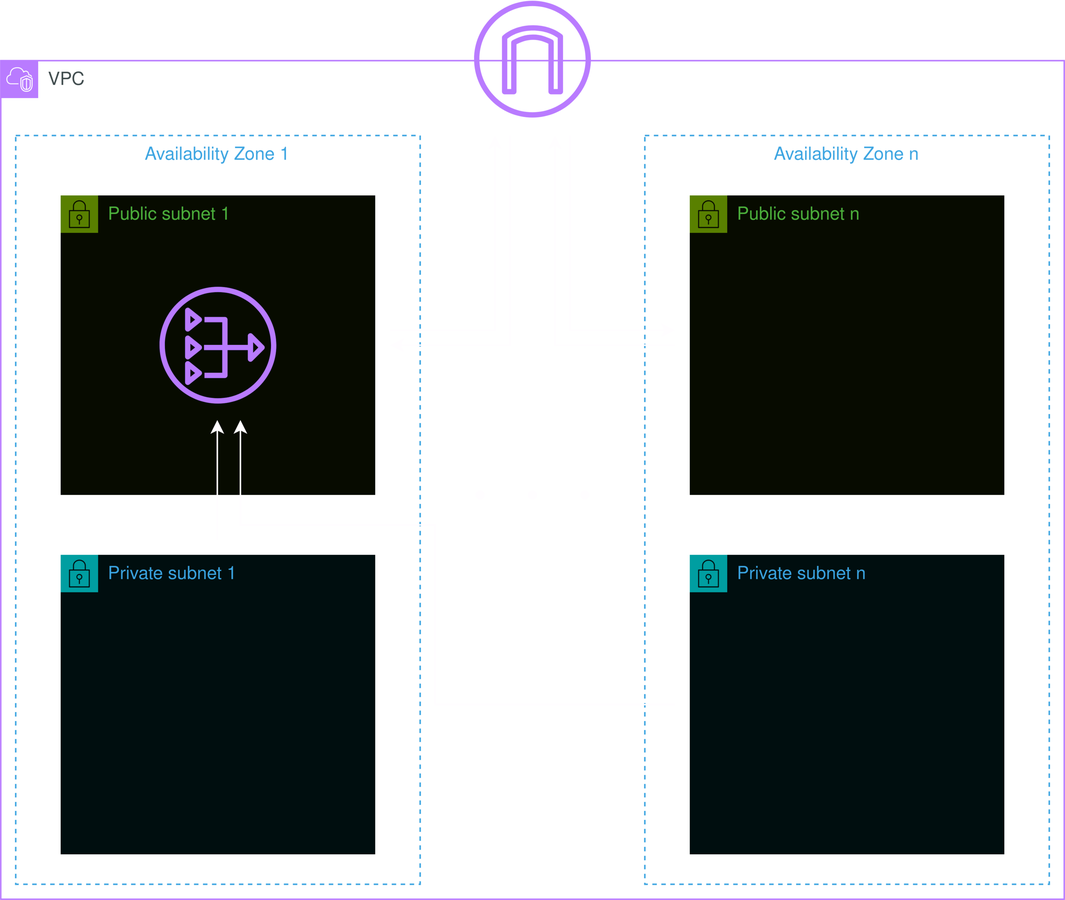
This is .github/diagrams/network-transparent.png from custom-terraform-aws-modules/network, a draw.io export, as it was before one commit. Source tidied: cells renumbered, new cells last; positions are measured from the earlier drawing's top-left corner, leaving out a move shared by most shapes. Source of this version:
```xml
<mxGraphModel>
  <root>
    <mxCell id="0" />
    <mxCell id="1" parent="0" />
    <mxCell id="2" style="group;" parent="1" vertex="1">
      <mxGeometry y="40" width="710" height="560" as="geometry" />
    </mxCell>
    <mxCell id="3" value="VPC" style="gradientColor=none;html=1;whiteSpace=wrap;fontSize=12;fontStyle=0;shape=mxgraph.aws4.group;grIcon=mxgraph.aws4.group_vpc2;strokeColor=#8C4FFF;fillColor=none;verticalAlign=top;align=left;spacingLeft=30;fontColor=#AAB7B8;dashed=0;" parent="2" vertex="1">
      <mxGeometry width="710" height="560" as="geometry" />
    </mxCell>
    <mxCell id="4" value="Availability Zone 1" style="fillColor=none;strokeColor=#147EBA;dashed=1;verticalAlign=top;fontStyle=0;fontColor=#147EBA;whiteSpace=wrap;html=1;" parent="3" vertex="1">
      <mxGeometry x="10" y="50" width="270" height="500" as="geometry" />
    </mxCell>
    <mxCell id="5" value="Public subnet 1" style="gradientColor=none;html=1;whiteSpace=wrap;fontSize=12;fontStyle=0;shape=mxgraph.aws4.group;grIcon=mxgraph.aws4.group_security_group;grStroke=0;strokeColor=#7AA116;fillColor=#F2F6E8;verticalAlign=top;align=left;spacingLeft=30;fontColor=#248814;dashed=0;" parent="3" vertex="1">
      <mxGeometry x="40" y="90" width="210" height="200" as="geometry" />
    </mxCell>
    <mxCell id="6" style="sketch=0;fontColor=#232F3E;gradientColor=none;fillColor=#8C4FFF;strokeColor=none;dashed=0;verticalLabelPosition=bottom;verticalAlign=top;align=center;html=1;fontSize=12;fontStyle=0;shape=mxgraph.aws4.nat_gateway;" parent="5" vertex="1">
      <mxGeometry x="66" y="61" width="78" height="78" as="geometry" />
    </mxCell>
    <mxCell id="7" value="Private subnet 1" style="gradientColor=none;html=1;whiteSpace=wrap;fontSize=12;fontStyle=0;shape=mxgraph.aws4.group;grIcon=mxgraph.aws4.group_security_group;grStroke=0;strokeColor=#00A4A6;fillColor=#E6F6F7;verticalAlign=top;align=left;spacingLeft=30;fontColor=#147EBA;dashed=0;" parent="3" vertex="1">
      <mxGeometry x="40" y="330" width="210" height="200" as="geometry" />
    </mxCell>
    <mxCell id="8" value="Availability Zone n" style="fillColor=none;strokeColor=#147EBA;dashed=1;verticalAlign=top;fontStyle=0;fontColor=#147EBA;whiteSpace=wrap;html=1;" parent="3" vertex="1">
      <mxGeometry x="430" y="50" width="270" height="500" as="geometry" />
    </mxCell>
    <mxCell id="9" value="Public subnet n" style="gradientColor=none;html=1;whiteSpace=wrap;fontSize=12;fontStyle=0;shape=mxgraph.aws4.group;grIcon=mxgraph.aws4.group_security_group;grStroke=0;strokeColor=#7AA116;fillColor=#F2F6E8;verticalAlign=top;align=left;spacingLeft=30;fontColor=#248814;dashed=0;" parent="3" vertex="1">
      <mxGeometry x="460" y="90" width="210" height="200" as="geometry" />
    </mxCell>
    <mxCell id="10" value="Private subnet n" style="gradientColor=none;html=1;whiteSpace=wrap;fontSize=12;fontStyle=0;shape=mxgraph.aws4.group;grIcon=mxgraph.aws4.group_security_group;grStroke=0;strokeColor=#00A4A6;fillColor=#E6F6F7;verticalAlign=top;align=left;spacingLeft=30;fontColor=#147EBA;dashed=0;" parent="3" vertex="1">
      <mxGeometry x="460" y="330" width="210" height="200" as="geometry" />
    </mxCell>
    <mxCell id="11" style="sketch=0;fontColor=#232F3E;gradientColor=none;fillColor=#8C4FFF;strokeColor=none;dashed=0;verticalLabelPosition=bottom;verticalAlign=top;align=center;html=1;fontSize=12;fontStyle=0;shape=mxgraph.aws4.internet_gateway;" parent="3" vertex="1">
      <mxGeometry x="316" y="-40" width="78" height="78" as="geometry" />
    </mxCell>
    <mxCell id="12" style="edgeStyle=orthogonalEdgeStyle;rounded=0;orthogonalLoop=1;jettySize=auto;html=1;" parent="3" edge="1">
      <mxGeometry relative="1" as="geometry">
        <mxPoint x="260" y="180" as="sourcePoint" />
        <mxPoint x="330" y="50" as="targetPoint" />
        <Array as="points">
          <mxPoint x="260" y="180" />
          <mxPoint x="330" y="180" />
        </Array>
      </mxGeometry>
    </mxCell>
    <mxCell id="13" style="edgeStyle=orthogonalEdgeStyle;rounded=0;orthogonalLoop=1;jettySize=auto;html=1;endArrow=none;endFill=0;startArrow=classic;startFill=1;" parent="3" edge="1">
      <mxGeometry relative="1" as="geometry">
        <mxPoint x="260" y="190" as="sourcePoint" />
        <mxPoint x="340" y="50" as="targetPoint" />
        <Array as="points">
          <mxPoint x="270" y="190" />
          <mxPoint x="340" y="190" />
        </Array>
      </mxGeometry>
    </mxCell>
    <mxCell id="14" style="edgeStyle=orthogonalEdgeStyle;rounded=0;orthogonalLoop=1;jettySize=auto;html=1;" parent="3" edge="1">
      <mxGeometry relative="1" as="geometry">
        <mxPoint x="144.6" y="320" as="sourcePoint" />
        <mxPoint x="144.6" y="240" as="targetPoint" />
        <Array as="points">
          <mxPoint x="144.6" y="320" />
        </Array>
      </mxGeometry>
    </mxCell>
    <mxCell id="15" style="edgeStyle=orthogonalEdgeStyle;rounded=0;orthogonalLoop=1;jettySize=auto;html=1;" parent="3" edge="1">
      <mxGeometry relative="1" as="geometry">
        <mxPoint x="450" y="430" as="sourcePoint" />
        <mxPoint x="160" y="240" as="targetPoint" />
        <Array as="points">
          <mxPoint x="290" y="430" />
          <mxPoint x="290" y="310" />
          <mxPoint x="160" y="310" />
        </Array>
      </mxGeometry>
    </mxCell>
    <mxCell id="16" style="group;" parent="2" vertex="1">
      <mxGeometry x="310" y="280" width="90" height="20" as="geometry" />
    </mxCell>
    <mxCell id="17" style="shape=waypoint;sketch=0;fillStyle=solid;size=6;fillColor=none;perimeter=centerPerimeter;" parent="16" vertex="1">
      <mxGeometry width="20" height="20" as="geometry" />
    </mxCell>
    <mxCell id="18" style="shape=waypoint;sketch=0;fillStyle=solid;size=6;fillColor=none;perimeter=centerPerimeter;" parent="16" vertex="1">
      <mxGeometry x="35" width="20" height="20" as="geometry" />
    </mxCell>
    <mxCell id="19" style="shape=waypoint;sketch=0;fillStyle=solid;size=6;fillColor=none;perimeter=centerPerimeter;" parent="16" vertex="1">
      <mxGeometry x="70" width="20" height="20" as="geometry" />
    </mxCell>
    <mxCell id="20" style="group;flipH=1;" parent="2" vertex="1">
      <mxGeometry x="370" y="180" width="80" height="10" as="geometry" />
    </mxCell>
    <mxCell id="21" style="edgeStyle=orthogonalEdgeStyle;rounded=0;orthogonalLoop=1;jettySize=auto;html=1;" parent="20" edge="1">
      <mxGeometry relative="1" as="geometry">
        <mxPoint x="10" y="-130" as="sourcePoint" />
        <mxPoint x="80" as="targetPoint" />
        <Array as="points">
          <mxPoint x="10" />
          <mxPoint x="80" />
        </Array>
      </mxGeometry>
    </mxCell>
    <mxCell id="22" style="edgeStyle=orthogonalEdgeStyle;rounded=0;orthogonalLoop=1;jettySize=auto;html=1;endArrow=none;endFill=0;startArrow=classic;startFill=1;" parent="20" edge="1">
      <mxGeometry relative="1" as="geometry">
        <mxPoint y="-130" as="sourcePoint" />
        <mxPoint x="80" y="10" as="targetPoint" />
        <Array as="points">
          <mxPoint y="10" />
          <mxPoint x="70" y="10" />
        </Array>
      </mxGeometry>
    </mxCell>
  </root>
</mxGraphModel>
```
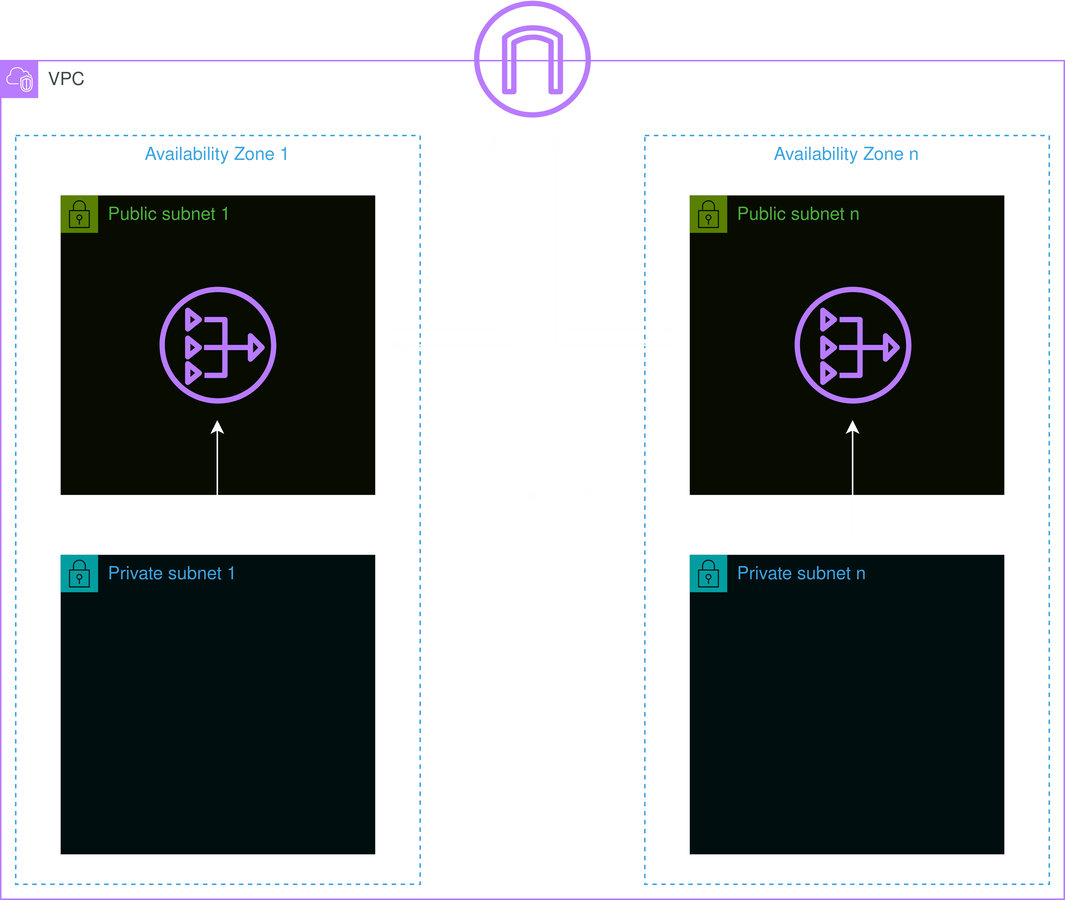
The same file after the commit.

What changed in the source:
```diff
@@ -26,6 +26,15 @@
     <mxCell id="9" value="Public subnet n" style="gradientColor=none;html=1;whiteSpace=wrap;fontSize=12;fontStyle=0;shape=mxgraph.aws4.group;grIcon=mxgraph.aws4.group_security_group;grStroke=0;strokeColor=#7AA116;fillColor=#F2F6E8;verticalAlign=top;align=left;spacingLeft=30;fontColor=#248814;dashed=0;" parent="3" vertex="1">
       <mxGeometry x="460" y="90" width="210" height="200" as="geometry" />
     </mxCell>
+    <mxCell id="23" style="edgeStyle=orthogonalEdgeStyle;rounded=0;orthogonalLoop=1;jettySize=auto;html=1;" parent="9" edge="1">
+      <mxGeometry relative="1" as="geometry">
+        <mxPoint x="108.7" y="230" as="sourcePoint" />
+        <mxPoint x="108.7" y="150" as="targetPoint" />
+        <Array as="points">
+          <mxPoint x="108.7" y="230" />
+        </Array>
+      </mxGeometry>
+    </mxCell>
     <mxCell id="10" value="Private subnet n" style="gradientColor=none;html=1;whiteSpace=wrap;fontSize=12;fontStyle=0;shape=mxgraph.aws4.group;grIcon=mxgraph.aws4.group_security_group;grStroke=0;strokeColor=#00A4A6;fillColor=#E6F6F7;verticalAlign=top;align=left;spacingLeft=30;fontColor=#147EBA;dashed=0;" parent="3" vertex="1">
       <mxGeometry x="460" y="330" width="210" height="200" as="geometry" />
     </mxCell>
@@ -61,17 +70,9 @@
         </Array>
       </mxGeometry>
     </mxCell>
-    <mxCell id="15" style="edgeStyle=orthogonalEdgeStyle;rounded=0;orthogonalLoop=1;jettySize=auto;html=1;" parent="3" edge="1">
-      <mxGeometry relative="1" as="geometry">
-        <mxPoint x="450" y="430" as="sourcePoint" />
-        <mxPoint x="160" y="240" as="targetPoint" />
-        <Array as="points">
-          <mxPoint x="290" y="430" />
-          <mxPoint x="290" y="310" />
-          <mxPoint x="160" y="310" />
-        </Array>
-      </mxGeometry>
-    </mxCell>
+    <mxCell id="24" style="sketch=0;fontColor=#232F3E;gradientColor=none;fillColor=#8C4FFF;strokeColor=none;dashed=0;verticalLabelPosition=bottom;verticalAlign=top;align=center;html=1;fontSize=12;fontStyle=0;shape=mxgraph.aws4.nat_gateway;" parent="3" vertex="1">
+      <mxGeometry x="530" y="151" width="78" height="78" as="geometry" />
+    </mxCell>
     <mxCell id="16" style="group;" parent="2" vertex="1">
       <mxGeometry x="310" y="280" width="90" height="20" as="geometry" />
     </mxCell>
```
